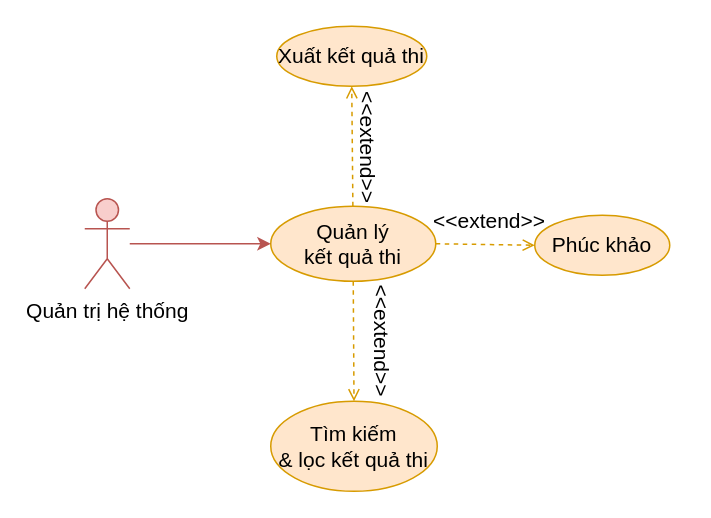
Earlier version of the draw.io diagram document/temp/draw/usecase_phanra/usecase_quanlyketquathi.drawio (copecute/Edudex-Quiz). Source tidied: cells renumbered, new cells numbered last; positions are measured from the earlier drawing's top-left corner, leaving out a move shared by most shapes. Both pictures are drawn from the tidied source at 150%, with x=0, y=0 at pixel (84, 26).
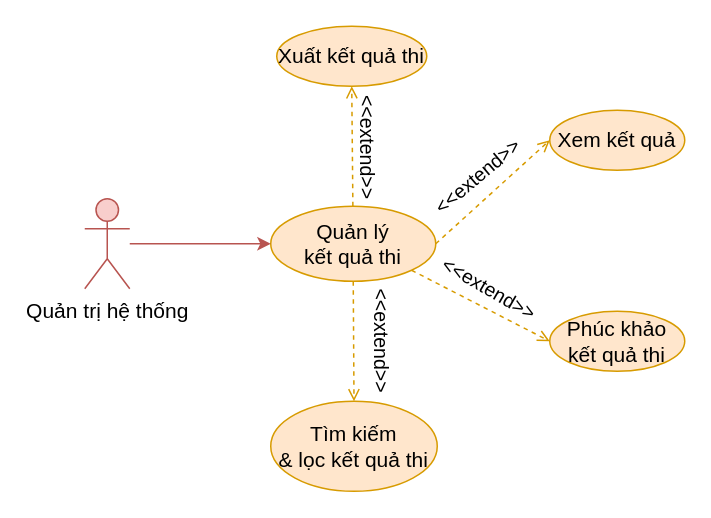
After the change.

The edit, as a diff of the source:
```diff
@@
 <mxGraphModel>
   <root>
     <mxCell id="0" />
     <mxCell id="1" parent="0" />
     <mxCell id="2" style="rounded=0;jettySize=auto;html=1;entryX=0.5;entryY=0;entryDx=0;entryDy=0;fillColor=#ffe6cc;strokeColor=#d79b00;dashed=1;fontSize=14;endArrow=open;endFill=0;" parent="1" edge="1" source="4" target="7">
       <mxGeometry relative="1" as="geometry" />
     </mxCell>
     <mxCell id="3" style="rounded=0;jettySize=auto;html=1;entryX=0.5;entryY=1;entryDx=0;entryDy=0;fillColor=#ffe6cc;strokeColor=#d79b00;dashed=1;fontSize=14;endArrow=open;endFill=0;" parent="1" edge="1" source="4" target="10">
       <mxGeometry relative="1" as="geometry" />
     </mxCell>
+    <mxCell id="14" style="rounded=0;jettySize=auto;html=1;exitX=1;exitY=1;exitDx=0;exitDy=0;entryX=0;entryY=0.5;entryDx=0;entryDy=0;fillColor=#ffe6cc;strokeColor=#d79b00;dashed=1;endArrow=open;endFill=0;" parent="1" edge="1" source="4" target="15">
+      <mxGeometry relative="1" as="geometry" />
+    </mxCell>
     <mxCell id="4" value="Quản lý&lt;br style=&quot;font-size: 14px;&quot;&gt;kết quả thi" style="ellipse;whiteSpace=wrap;html=1;fillColor=#ffe6cc;strokeColor=#d79b00;fontSize=14;" parent="1" vertex="1">
       <mxGeometry x="124" y="120" width="110" height="50" as="geometry" />
     </mxCell>
     <mxCell id="5" style="rounded=0;jettySize=auto;html=1;entryX=0;entryY=0.5;entryDx=0;entryDy=0;fillColor=#ffe6cc;strokeColor=#d79b00;exitX=1;exitY=0.5;exitDx=0;exitDy=0;dashed=1;fontSize=14;endArrow=open;endFill=0;" parent="1" edge="1" source="4" target="6">
       <mxGeometry relative="1" as="geometry" />
     </mxCell>
-    <mxCell id="6" value="Phúc khảo" style="ellipse;whiteSpace=wrap;html=1;fillColor=#ffe6cc;strokeColor=#d79b00;fontSize=14;" parent="1" vertex="1">
-      <mxGeometry x="300" y="126" width="90" height="40" as="geometry" />
+    <mxCell id="6" value="Xem kết quả" style="ellipse;whiteSpace=wrap;html=1;fillColor=#ffe6cc;strokeColor=#d79b00;fontSize=14;" parent="1" vertex="1">
+      <mxGeometry x="310" y="56" width="90" height="40" as="geometry" />
     </mxCell>
     <mxCell id="7" value="Tìm kiếm&lt;br style=&quot;font-size: 14px;&quot;&gt;&amp;amp; lọc kết quả thi" style="ellipse;whiteSpace=wrap;html=1;fillColor=#ffe6cc;strokeColor=#d79b00;fontSize=14;" parent="1" vertex="1">
       <mxGeometry x="124" y="250" width="111" height="60" as="geometry" />
     </mxCell>
-    <mxCell id="8" value="&lt;font style=&quot;font-size: 14px;&quot;&gt;&amp;lt;&amp;lt;extend&amp;gt;&amp;gt;&lt;/font&gt;" style="text;html=1;strokeColor=none;fillColor=none;align=center;verticalAlign=middle;whiteSpace=wrap;rounded=0;rotation=0;fontSize=14;" parent="1" vertex="1">
-      <mxGeometry x="240" y="115" width="60" height="30" as="geometry" />
+    <mxCell id="8" value="&lt;font style=&quot;font-size: 13px;&quot;&gt;&amp;lt;&amp;lt;extend&amp;gt;&amp;gt;&lt;/font&gt;" style="text;html=1;strokeColor=none;fillColor=none;align=center;verticalAlign=middle;whiteSpace=wrap;rounded=0;rotation=-40;fontSize=13;" parent="1" vertex="1">
+      <mxGeometry x="232" y="85" width="60" height="30" as="geometry" />
     </mxCell>
-    <mxCell id="9" value="&lt;font style=&quot;font-size: 14px;&quot;&gt;&amp;lt;&amp;lt;extend&amp;gt;&amp;gt;&lt;/font&gt;" style="text;html=1;strokeColor=none;fillColor=none;align=center;verticalAlign=middle;whiteSpace=wrap;rounded=0;rotation=90;fontSize=14;" parent="1" vertex="1">
+    <mxCell id="9" value="&lt;font style=&quot;font-size: 13px;&quot;&gt;&amp;lt;&amp;lt;extend&amp;gt;&amp;gt;&lt;/font&gt;" style="text;html=1;strokeColor=none;fillColor=none;align=center;verticalAlign=middle;whiteSpace=wrap;rounded=0;rotation=90;fontSize=13;" parent="1" vertex="1">
       <mxGeometry x="168" y="195" width="60" height="30" as="geometry" />
     </mxCell>
     <mxCell id="10" value="Xuất kết quả thi" style="ellipse;whiteSpace=wrap;html=1;fillColor=#ffe6cc;strokeColor=#d79b00;fontSize=14;" parent="1" vertex="1">
       <mxGeometry x="128" width="100" height="40" as="geometry" />
     </mxCell>
-    <mxCell id="11" value="&lt;font style=&quot;font-size: 14px;&quot;&gt;&amp;lt;&amp;lt;extend&amp;gt;&amp;gt;&lt;/font&gt;" style="text;html=1;strokeColor=none;fillColor=none;align=center;verticalAlign=middle;whiteSpace=wrap;rounded=0;rotation=90;fontSize=14;" parent="1" vertex="1">
+    <mxCell id="11" value="&lt;font style=&quot;font-size: 13px;&quot;&gt;&amp;lt;&amp;lt;extend&amp;gt;&amp;gt;&lt;/font&gt;" style="text;html=1;strokeColor=none;fillColor=none;align=center;verticalAlign=middle;whiteSpace=wrap;rounded=0;rotation=90;fontSize=13;" parent="1" vertex="1">
       <mxGeometry x="159" y="66" width="60" height="30" as="geometry" />
     </mxCell>
     <mxCell id="12" style="rounded=0;jettySize=auto;html=1;entryX=0;entryY=0.5;entryDx=0;entryDy=0;fillColor=#f8cecc;strokeColor=#b85450;fontSize=14;" parent="1" edge="1" source="13">
       <mxGeometry relative="1" as="geometry">
         <mxPoint x="124" y="145" as="targetPoint" />
       </mxGeometry>
     </mxCell>
     <mxCell id="13" value="Quản trị hệ thống" style="shape=umlActor;verticalLabelPosition=bottom;verticalAlign=top;html=1;outlineConnect=0;fillColor=#f8cecc;strokeColor=#b85450;fontSize=14;" parent="1" vertex="1">
       <mxGeometry y="115" width="30" height="60" as="geometry" />
     </mxCell>
+    <mxCell id="15" value="Phúc khảo kết quả thi" style="ellipse;whiteSpace=wrap;html=1;fillColor=#ffe6cc;strokeColor=#d79b00;fontSize=14;" parent="1" vertex="1">
+      <mxGeometry x="310" y="190" width="90" height="40" as="geometry" />
+    </mxCell>
+    <mxCell id="16" value="&lt;font style=&quot;font-size: 13px;&quot;&gt;&amp;lt;&amp;lt;extend&amp;gt;&amp;gt;&lt;/font&gt;" style="text;html=1;strokeColor=none;fillColor=none;align=center;verticalAlign=middle;whiteSpace=wrap;rounded=0;rotation=30;fontSize=13;" parent="1" vertex="1">
+      <mxGeometry x="240" y="160" width="60" height="30" as="geometry" />
+    </mxCell>
   </root>
 </mxGraphModel>
```
